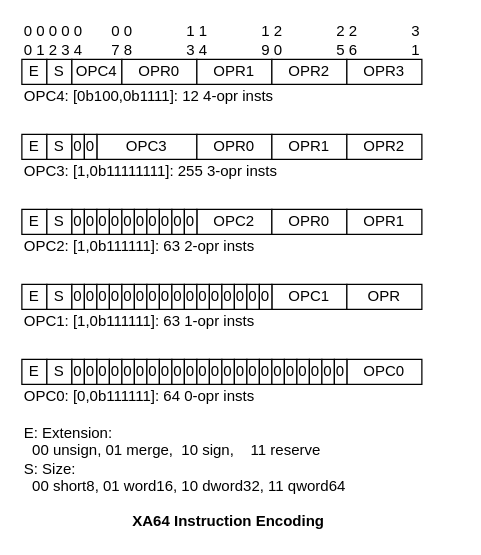
Above: src/Arch/HT/xa64/pictures/manual_inst_encoding.drawio in xieby1/xieby1.github.io (draw.io), before the change. Source tidied: cells renumbered, new cells numbered last; positions are measured from the earlier drawing's top-left corner, leaving out a move shared by most shapes. Both pictures are drawn from the tidied source at 125%, with x=0, y=0 at pixel (21, 21).
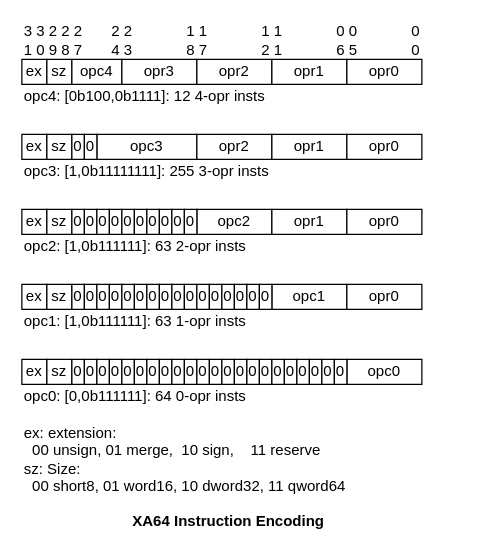
The same page after the edit.

Change to the diagram source:
```diff
@@
-    <mxCell id="2" value="E" style="rounded=0;whiteSpace=wrap;html=1;fontFamily=mono;" parent="1" vertex="1">
+    <mxCell id="2" value="ex" style="rounded=0;whiteSpace=wrap;html=1;fontFamily=mono;" parent="1" vertex="1">
       <mxGeometry y="30" width="20" height="20" as="geometry" />
     </mxCell>
-    <mxCell id="3" value="0&lt;br&gt;0" style="text;html=1;align=left;verticalAlign=middle;strokeColor=none;fillColor=none;fontFamily=mono;" parent="1" vertex="1">
+    <mxCell id="3" value="3&lt;br&gt;1" style="text;html=1;align=left;verticalAlign=middle;strokeColor=none;fillColor=none;fontFamily=mono;" parent="1" vertex="1">
       <mxGeometry width="20" height="30" as="geometry" />
     </mxCell>
-    <mxCell id="4" value="S" style="rounded=0;whiteSpace=wrap;html=1;fontFamily=mono;" parent="1" vertex="1">
+    <mxCell id="4" value="sz" style="rounded=0;whiteSpace=wrap;html=1;fontFamily=mono;" parent="1" vertex="1">
       <mxGeometry x="20" y="30" width="20" height="20" as="geometry" />
     </mxCell>
-    <mxCell id="5" value="OPC4" style="rounded=0;whiteSpace=wrap;html=1;fontFamily=mono;" parent="1" vertex="1">
+    <mxCell id="5" value="opc4" style="rounded=0;whiteSpace=wrap;html=1;fontFamily=mono;" parent="1" vertex="1">
       <mxGeometry x="40" y="30" width="40" height="20" as="geometry" />
     </mxCell>
-    <mxCell id="6" value="OPR0" style="rounded=0;whiteSpace=wrap;html=1;fontFamily=mono;" parent="1" vertex="1">
+    <mxCell id="6" value="opr3" style="rounded=0;whiteSpace=wrap;html=1;fontFamily=mono;" parent="1" vertex="1">
       <mxGeometry x="80" y="30" width="60" height="20" as="geometry" />
     </mxCell>
-    <mxCell id="7" value="OPR1" style="rounded=0;whiteSpace=wrap;html=1;fontFamily=mono;" parent="1" vertex="1">
+    <mxCell id="7" value="opr2" style="rounded=0;whiteSpace=wrap;html=1;fontFamily=mono;" parent="1" vertex="1">
       <mxGeometry x="140" y="30" width="60" height="20" as="geometry" />
     </mxCell>
-    <mxCell id="8" value="OPR2" style="rounded=0;whiteSpace=wrap;html=1;fontFamily=mono;" parent="1" vertex="1">
+    <mxCell id="8" value="opr1" style="rounded=0;whiteSpace=wrap;html=1;fontFamily=mono;" parent="1" vertex="1">
       <mxGeometry x="200" y="30" width="60" height="20" as="geometry" />
     </mxCell>
-    <mxCell id="9" value="OPR3" style="rounded=0;whiteSpace=wrap;html=1;fontFamily=mono;" parent="1" vertex="1">
+    <mxCell id="9" value="opr0" style="rounded=0;whiteSpace=wrap;html=1;fontFamily=mono;" parent="1" vertex="1">
       <mxGeometry x="260" y="30" width="60" height="20" as="geometry" />
     </mxCell>
-    <mxCell id="10" value="E: Extension:&lt;br&gt;&amp;nbsp; 00 unsign, 01 merge,&amp;nbsp; 10 sign,&amp;nbsp; &amp;nbsp; 11 reserve&lt;br&gt;S: Size:&lt;br&gt;&amp;nbsp; 00 short8, 01 word16, 10 dword32, 11 qword64" style="text;html=1;align=left;verticalAlign=middle;strokeColor=none;fillColor=none;fontFamily=mono;" parent="1" vertex="1">
+    <mxCell id="10" value="ex: extension:&lt;br&gt;&amp;nbsp; 00 unsign, 01 merge,&amp;nbsp; 10 sign,&amp;nbsp; &amp;nbsp; 11 reserve&lt;br&gt;sz: Size:&lt;br&gt;&amp;nbsp; 00 short8, 01 word16, 10 dword32, 11 qword64" style="text;html=1;align=left;verticalAlign=middle;strokeColor=none;fillColor=none;fontFamily=mono;" parent="1" vertex="1">
       <mxGeometry y="320" width="350" height="60" as="geometry" />
     </mxCell>
-    <mxCell id="11" value="OPC4: [0b100,0b1111]: 12 4-opr insts" style="text;html=1;align=left;verticalAlign=middle;strokeColor=none;fillColor=none;fontFamily=mono;" parent="1" vertex="1">
+    <mxCell id="11" value="opc4: [0b100,0b1111]: 12 4-opr insts" style="text;html=1;align=left;verticalAlign=middle;strokeColor=none;fillColor=none;fontFamily=mono;" parent="1" vertex="1">
       <mxGeometry y="50" width="280" height="20" as="geometry" />
     </mxCell>
-    <mxCell id="12" value="E" style="rounded=0;whiteSpace=wrap;html=1;fontFamily=mono;" parent="1" vertex="1">
+    <mxCell id="12" value="ex" style="rounded=0;whiteSpace=wrap;html=1;fontFamily=mono;" parent="1" vertex="1">
       <mxGeometry y="90" width="20" height="20" as="geometry" />
     </mxCell>
-    <mxCell id="13" value="S" style="rounded=0;whiteSpace=wrap;html=1;fontFamily=mono;" parent="1" vertex="1">
+    <mxCell id="13" value="sz" style="rounded=0;whiteSpace=wrap;html=1;fontFamily=mono;" parent="1" vertex="1">
       <mxGeometry x="20" y="90" width="20" height="20" as="geometry" />
     </mxCell>
-    <mxCell id="14" value="OPC3" style="rounded=0;whiteSpace=wrap;html=1;fontFamily=mono;" parent="1" vertex="1">
+    <mxCell id="14" value="opc3" style="rounded=0;whiteSpace=wrap;html=1;fontFamily=mono;" parent="1" vertex="1">
       <mxGeometry x="60" y="90" width="80" height="20" as="geometry" />
     </mxCell>
-    <mxCell id="15" value="OPC3: [1,0b11111111]: 255 3-opr insts" style="text;html=1;align=left;verticalAlign=middle;strokeColor=none;fillColor=none;fontFamily=mono;" parent="1" vertex="1">
+    <mxCell id="15" value="opc3: [1,0b11111111]: 255 3-opr insts" style="text;html=1;align=left;verticalAlign=middle;strokeColor=none;fillColor=none;fontFamily=mono;" parent="1" vertex="1">
       <mxGeometry y="110" width="280" height="20" as="geometry" />
     </mxCell>
-    <mxCell id="16" value="E" style="rounded=0;whiteSpace=wrap;html=1;fontFamily=mono;" parent="1" vertex="1">
+    <mxCell id="16" value="ex" style="rounded=0;whiteSpace=wrap;html=1;fontFamily=mono;" parent="1" vertex="1">
       <mxGeometry y="150" width="20" height="20" as="geometry" />
     </mxCell>
-    <mxCell id="17" value="S" style="rounded=0;whiteSpace=wrap;html=1;fontFamily=mono;" parent="1" vertex="1">
+    <mxCell id="17" value="sz" style="rounded=0;whiteSpace=wrap;html=1;fontFamily=mono;" parent="1" vertex="1">
       <mxGeometry x="20" y="150" width="20" height="20" as="geometry" />
     </mxCell>
-    <mxCell id="18" value="OPC2" style="rounded=0;whiteSpace=wrap;html=1;fontFamily=mono;" parent="1" vertex="1">
+    <mxCell id="18" value="opc2" style="rounded=0;whiteSpace=wrap;html=1;fontFamily=mono;" parent="1" vertex="1">
       <mxGeometry x="140" y="150" width="60" height="20" as="geometry" />
     </mxCell>
-    <mxCell id="19" value="OPR0" style="rounded=0;whiteSpace=wrap;html=1;fontFamily=mono;" parent="1" vertex="1">
+    <mxCell id="19" value="opr2" style="rounded=0;whiteSpace=wrap;html=1;fontFamily=mono;" parent="1" vertex="1">
       <mxGeometry x="140" y="90" width="60" height="20" as="geometry" />
     </mxCell>
-    <mxCell id="20" value="OPR1" style="rounded=0;whiteSpace=wrap;html=1;fontFamily=mono;" parent="1" vertex="1">
+    <mxCell id="20" value="opr1" style="rounded=0;whiteSpace=wrap;html=1;fontFamily=mono;" parent="1" vertex="1">
       <mxGeometry x="200" y="90" width="60" height="20" as="geometry" />
     </mxCell>
-    <mxCell id="21" value="OPR2" style="rounded=0;whiteSpace=wrap;html=1;fontFamily=mono;" parent="1" vertex="1">
+    <mxCell id="21" value="opr0" style="rounded=0;whiteSpace=wrap;html=1;fontFamily=mono;" parent="1" vertex="1">
       <mxGeometry x="260" y="90" width="60" height="20" as="geometry" />
     </mxCell>
-    <mxCell id="22" value="OPR0" style="rounded=0;whiteSpace=wrap;html=1;fontFamily=mono;" parent="1" vertex="1">
+    <mxCell id="22" value="opr1" style="rounded=0;whiteSpace=wrap;html=1;fontFamily=mono;" parent="1" vertex="1">
       <mxGeometry x="200" y="150" width="60" height="20" as="geometry" />
     </mxCell>
-    <mxCell id="23" value="OPR1" style="rounded=0;whiteSpace=wrap;html=1;fontFamily=mono;" parent="1" vertex="1">
+    <mxCell id="23" value="opr0" style="rounded=0;whiteSpace=wrap;html=1;fontFamily=mono;" parent="1" vertex="1">
       <mxGeometry x="260" y="150" width="60" height="20" as="geometry" />
     </mxCell>
-    <mxCell id="24" value="OPC2: [1,0b111111]: 63 2-opr insts" style="text;html=1;align=left;verticalAlign=middle;strokeColor=none;fillColor=none;fontFamily=mono;" parent="1" vertex="1">
+    <mxCell id="24" value="opc2: [1,0b111111]: 63 2-opr insts" style="text;html=1;align=left;verticalAlign=middle;strokeColor=none;fillColor=none;fontFamily=mono;" parent="1" vertex="1">
       <mxGeometry y="170" width="260" height="20" as="geometry" />
     </mxCell>
-    <mxCell id="25" value="E" style="rounded=0;whiteSpace=wrap;html=1;fontFamily=mono;" parent="1" vertex="1">
+    <mxCell id="25" value="ex" style="rounded=0;whiteSpace=wrap;html=1;fontFamily=mono;" parent="1" vertex="1">
       <mxGeometry y="210" width="20" height="20" as="geometry" />
     </mxCell>
-    <mxCell id="26" value="S" style="rounded=0;whiteSpace=wrap;html=1;fontFamily=mono;" parent="1" vertex="1">
+    <mxCell id="26" value="sz" style="rounded=0;whiteSpace=wrap;html=1;fontFamily=mono;" parent="1" vertex="1">
       <mxGeometry x="20" y="210" width="20" height="20" as="geometry" />
     </mxCell>
-    <mxCell id="27" value="OPC1" style="rounded=0;whiteSpace=wrap;html=1;fontFamily=mono;" parent="1" vertex="1">
+    <mxCell id="27" value="opc1" style="rounded=0;whiteSpace=wrap;html=1;fontFamily=mono;" parent="1" vertex="1">
       <mxGeometry x="200" y="210" width="60" height="20" as="geometry" />
     </mxCell>
-    <mxCell id="28" value="OPR" style="rounded=0;whiteSpace=wrap;html=1;fontFamily=mono;" parent="1" vertex="1">
+    <mxCell id="28" value="opr0" style="rounded=0;whiteSpace=wrap;html=1;fontFamily=mono;" parent="1" vertex="1">
       <mxGeometry x="260" y="210" width="60" height="20" as="geometry" />
     </mxCell>
-    <mxCell id="29" value="OPC1: [1,0b111111]: 63 1-opr insts" style="text;html=1;align=left;verticalAlign=middle;strokeColor=none;fillColor=none;fontFamily=mono;" parent="1" vertex="1">
+    <mxCell id="29" value="opc1: [1,0b111111]: 63 1-opr insts" style="text;html=1;align=left;verticalAlign=middle;strokeColor=none;fillColor=none;fontFamily=mono;" parent="1" vertex="1">
       <mxGeometry y="230" width="260" height="20" as="geometry" />
     </mxCell>
@@
-    <mxCell id="58" value="E" style="rounded=0;whiteSpace=wrap;html=1;fontFamily=mono;" parent="1" vertex="1">
+    <mxCell id="58" value="ex" style="rounded=0;whiteSpace=wrap;html=1;fontFamily=mono;" parent="1" vertex="1">
       <mxGeometry y="270" width="20" height="20" as="geometry" />
     </mxCell>
-    <mxCell id="59" value="S" style="rounded=0;whiteSpace=wrap;html=1;fontFamily=mono;" parent="1" vertex="1">
+    <mxCell id="59" value="sz" style="rounded=0;whiteSpace=wrap;html=1;fontFamily=mono;" parent="1" vertex="1">
       <mxGeometry x="20" y="270" width="20" height="20" as="geometry" />
     </mxCell>
-    <mxCell id="60" value="OPC0" style="rounded=0;whiteSpace=wrap;html=1;fontFamily=mono;" parent="1" vertex="1">
+    <mxCell id="60" value="opc0" style="rounded=0;whiteSpace=wrap;html=1;fontFamily=mono;" parent="1" vertex="1">
       <mxGeometry x="260" y="270" width="60" height="20" as="geometry" />
     </mxCell>
@@
-    <mxCell id="83" value="OPC0: [0,0b111111]: 64 0-opr insts" style="text;html=1;align=left;verticalAlign=middle;strokeColor=none;fillColor=none;fontFamily=mono;" parent="1" vertex="1">
+    <mxCell id="83" value="opc0: [0,0b111111]: 64 0-opr insts" style="text;html=1;align=left;verticalAlign=middle;strokeColor=none;fillColor=none;fontFamily=mono;" parent="1" vertex="1">
       <mxGeometry y="290" width="260" height="20" as="geometry" />
     </mxCell>
-    <mxCell id="84" value="0&lt;br&gt;1" style="text;html=1;align=left;verticalAlign=middle;strokeColor=none;fillColor=none;fontFamily=mono;" parent="1" vertex="1">
+    <mxCell id="84" value="3&lt;br&gt;0" style="text;html=1;align=left;verticalAlign=middle;strokeColor=none;fillColor=none;fontFamily=mono;" parent="1" vertex="1">
       <mxGeometry x="10" width="20" height="30" as="geometry" />
     </mxCell>
-    <mxCell id="85" value="0&lt;br&gt;2" style="text;html=1;align=left;verticalAlign=middle;strokeColor=none;fillColor=none;fontFamily=mono;" parent="1" vertex="1">
+    <mxCell id="85" value="2&lt;br&gt;9" style="text;html=1;align=left;verticalAlign=middle;strokeColor=none;fillColor=none;fontFamily=mono;" parent="1" vertex="1">
       <mxGeometry x="20" width="20" height="30" as="geometry" />
     </mxCell>
-    <mxCell id="86" value="0&lt;br&gt;3" style="text;html=1;align=left;verticalAlign=middle;strokeColor=none;fillColor=none;fontFamily=mono;" parent="1" vertex="1">
+    <mxCell id="86" value="2&lt;br&gt;8" style="text;html=1;align=left;verticalAlign=middle;strokeColor=none;fillColor=none;fontFamily=mono;" parent="1" vertex="1">
       <mxGeometry x="30" width="20" height="30" as="geometry" />
     </mxCell>
-    <mxCell id="87" value="0&lt;br&gt;4" style="text;html=1;align=left;verticalAlign=middle;strokeColor=none;fillColor=none;fontFamily=mono;" parent="1" vertex="1">
+    <mxCell id="87" value="2&lt;br&gt;7" style="text;html=1;align=left;verticalAlign=middle;strokeColor=none;fillColor=none;fontFamily=mono;" parent="1" vertex="1">
       <mxGeometry x="40" width="20" height="30" as="geometry" />
     </mxCell>
-    <mxCell id="88" value="0&lt;br&gt;7" style="text;html=1;align=left;verticalAlign=middle;strokeColor=none;fillColor=none;fontFamily=mono;" parent="1" vertex="1">
+    <mxCell id="88" value="2&lt;br&gt;4" style="text;html=1;align=left;verticalAlign=middle;strokeColor=none;fillColor=none;fontFamily=mono;" parent="1" vertex="1">
       <mxGeometry x="70" width="20" height="30" as="geometry" />
     </mxCell>
-    <mxCell id="89" value="0&lt;br&gt;8" style="text;html=1;align=left;verticalAlign=middle;strokeColor=none;fillColor=none;fontFamily=mono;" parent="1" vertex="1">
+    <mxCell id="89" value="2&lt;br&gt;3" style="text;html=1;align=left;verticalAlign=middle;strokeColor=none;fillColor=none;fontFamily=mono;" parent="1" vertex="1">
       <mxGeometry x="80" width="20" height="30" as="geometry" />
     </mxCell>
-    <mxCell id="90" value="1&lt;br&gt;3" style="text;html=1;align=left;verticalAlign=middle;strokeColor=none;fillColor=none;fontFamily=mono;" parent="1" vertex="1">
+    <mxCell id="90" value="1&lt;br&gt;8" style="text;html=1;align=left;verticalAlign=middle;strokeColor=none;fillColor=none;fontFamily=mono;" parent="1" vertex="1">
       <mxGeometry x="130" width="20" height="30" as="geometry" />
     </mxCell>
-    <mxCell id="91" value="1&lt;br&gt;4" style="text;html=1;align=left;verticalAlign=middle;strokeColor=none;fillColor=none;fontFamily=mono;" parent="1" vertex="1">
+    <mxCell id="91" value="1&lt;br&gt;7" style="text;html=1;align=left;verticalAlign=middle;strokeColor=none;fillColor=none;fontFamily=mono;" parent="1" vertex="1">
       <mxGeometry x="140" width="20" height="30" as="geometry" />
     </mxCell>
-    <mxCell id="92" value="1&lt;br&gt;9" style="text;html=1;align=left;verticalAlign=middle;strokeColor=none;fillColor=none;fontFamily=mono;" parent="1" vertex="1">
+    <mxCell id="92" value="1&lt;br&gt;2" style="text;html=1;align=left;verticalAlign=middle;strokeColor=none;fillColor=none;fontFamily=mono;" parent="1" vertex="1">
       <mxGeometry x="190" width="20" height="30" as="geometry" />
     </mxCell>
-    <mxCell id="93" value="2&lt;br&gt;0" style="text;html=1;align=left;verticalAlign=middle;strokeColor=none;fillColor=none;fontFamily=mono;" parent="1" vertex="1">
+    <mxCell id="93" value="1&lt;br&gt;1" style="text;html=1;align=left;verticalAlign=middle;strokeColor=none;fillColor=none;fontFamily=mono;" parent="1" vertex="1">
       <mxGeometry x="200" width="20" height="30" as="geometry" />
     </mxCell>
-    <mxCell id="94" value="2&lt;br&gt;5" style="text;html=1;align=left;verticalAlign=middle;strokeColor=none;fillColor=none;fontFamily=mono;" parent="1" vertex="1">
+    <mxCell id="94" value="0&lt;br&gt;6" style="text;html=1;align=left;verticalAlign=middle;strokeColor=none;fillColor=none;fontFamily=mono;" parent="1" vertex="1">
       <mxGeometry x="250" width="20" height="30" as="geometry" />
     </mxCell>
-    <mxCell id="95" value="2&lt;br&gt;6" style="text;html=1;align=left;verticalAlign=middle;strokeColor=none;fillColor=none;fontFamily=mono;" parent="1" vertex="1">
+    <mxCell id="95" value="0&lt;br&gt;5" style="text;html=1;align=left;verticalAlign=middle;strokeColor=none;fillColor=none;fontFamily=mono;" parent="1" vertex="1">
       <mxGeometry x="260" width="20" height="30" as="geometry" />
     </mxCell>
-    <mxCell id="96" value="3&lt;br&gt;1" style="text;html=1;align=left;verticalAlign=middle;strokeColor=none;fillColor=none;fontFamily=mono;" parent="1" vertex="1">
+    <mxCell id="96" value="0&lt;br&gt;0" style="text;html=1;align=left;verticalAlign=middle;strokeColor=none;fillColor=none;fontFamily=mono;" parent="1" vertex="1">
       <mxGeometry x="310" width="20" height="30" as="geometry" />
     </mxCell>
```
